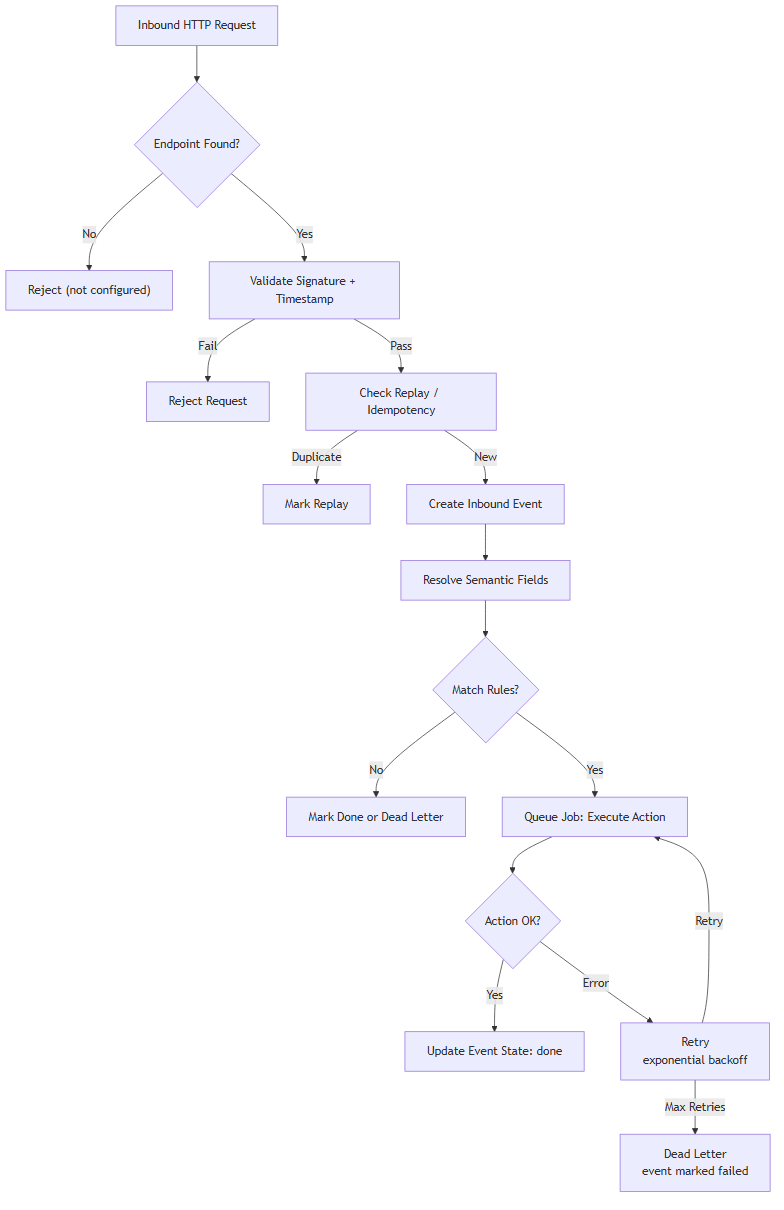
Earlier version of the Mermaid export bwt_webhooks_inbound/static/description/diagrams/webhooks-inbound-flow.png (bitwise-hq/odoo-webhooks). Its source is kept beside it as docs/diagrams/webhooks-inbound-flow.mmd.
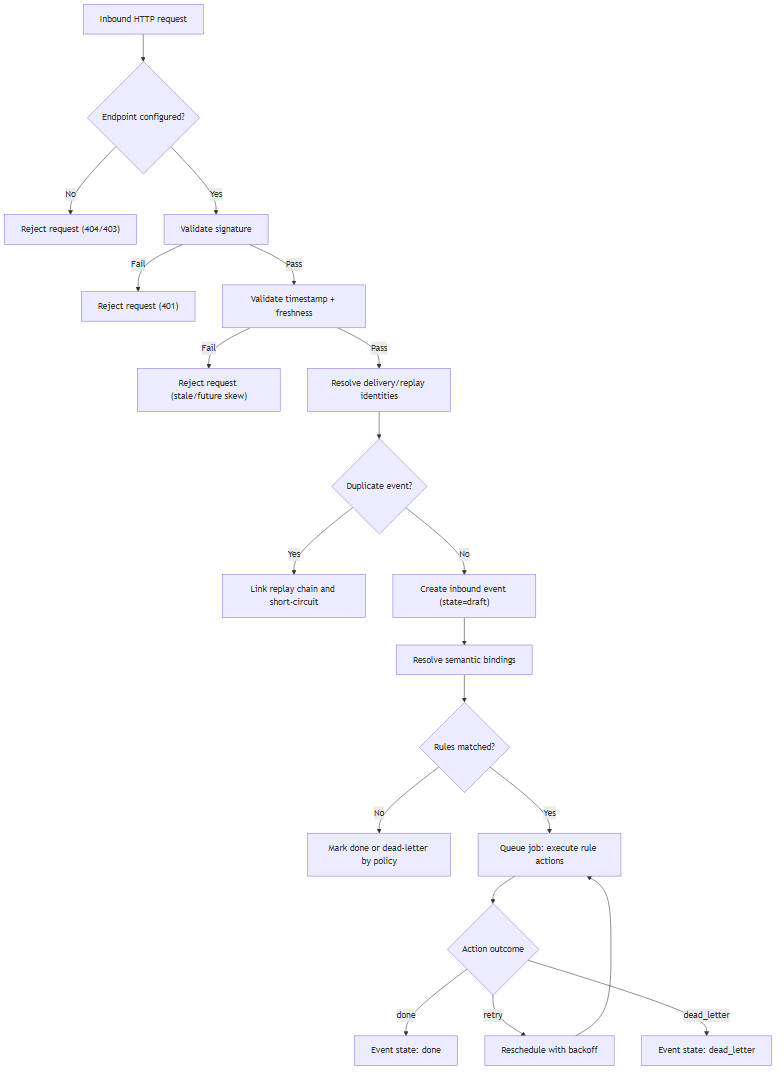
Above is the later version.

The edit, as a diff of the source:
```diff
@@ -1,17 +1,20 @@
 flowchart TD
-  A["Inbound HTTP Request"] --> B{"Endpoint Found?"}
-  B -- No --> Z["Reject (not configured)"]
-  B -- Yes --> C["Validate Signature + Timestamp"]
-  C -- Fail --> D["Reject Request"]
-  C -- Pass --> E["Check Replay / Idempotency"]
-  E -- Duplicate --> F["Mark Replay"]
-  E -- New --> G["Create Inbound Event"]
-  G --> H["Resolve Semantic Fields"]
-  H --> I{"Match Rules?"}
-  I -- No --> J["Mark Done or Dead Letter"]
-  I -- Yes --> K["Queue Job: Execute Action"]
-  K --> L{"Action OK?"}
-  L -- Yes --> M["Update Event State: done"]
-  L -- Error --> N["Retry\nexponential backoff"]
-  N -- Max Retries --> O["Dead Letter\nevent marked failed"]
-  N -- Retry --> K
+  A["Inbound HTTP request"] --> B{"Endpoint configured?"}
+  B -- No --> R1["Reject request (404/403)"]
+  B -- Yes --> C["Validate signature"]
+  C -- Fail --> R2["Reject request (401)"]
+  C -- Pass --> D["Validate timestamp + freshness"]
+  D -- Fail --> R3["Reject request (stale/future skew)"]
+  D -- Pass --> E["Resolve delivery/replay identities"]
+  E --> F{"Duplicate event?"}
+  F -- Yes --> G["Link replay chain and short-circuit"]
+  F -- No --> H["Create inbound event (state=draft)"]
+  H --> I["Resolve semantic bindings"]
+  I --> J{"Rules matched?"}
+  J -- No --> K["Mark done or dead-letter by policy"]
+  J -- Yes --> L["Queue job: execute rule actions"]
+  L --> M{"Action outcome"}
+  M -- done --> N["Event state: done"]
+  M -- retry --> O["Reschedule with backoff"]
+  M -- dead_letter --> P["Event state: dead_letter"]
+  O --> L
```
